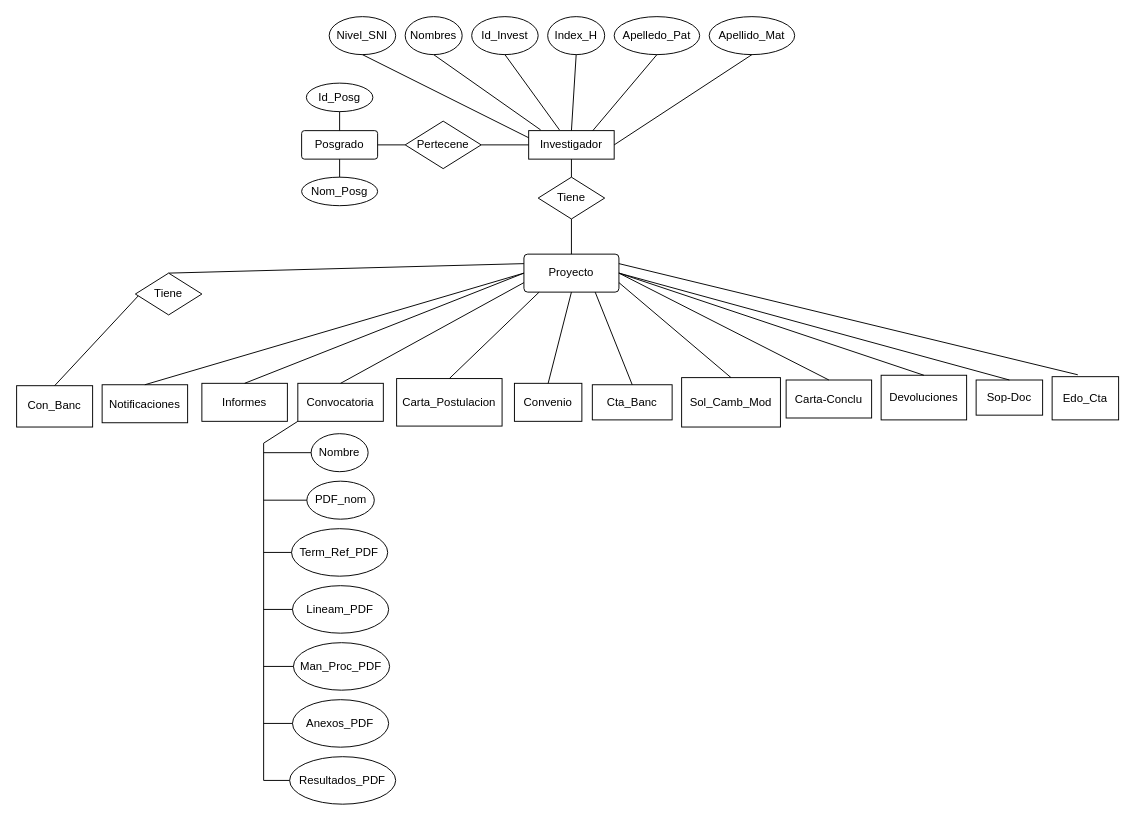
Before: Diagrama sin título.drawio in markbr04/Pro-SIM-TIRO, a draw.io diagram. Source tidied: cells renumbered, new cells numbered last; positions are measured from the earlier drawing's top-left corner, leaving out a move shared by most shapes. Both pictures are drawn from the tidied source at 95%, with x=0, y=0 at pixel (16, 16).
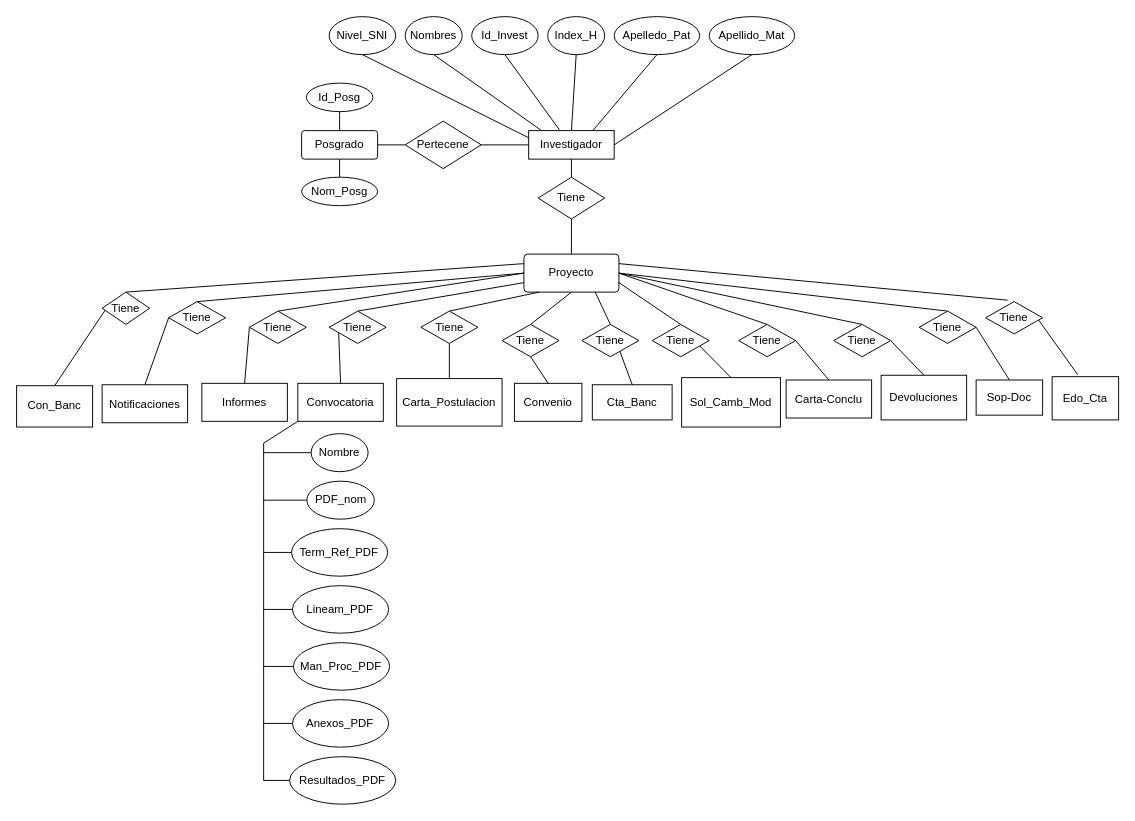
The same diagram, later.

The change refers to these unchanged cells:
```xml
<mxCell id="21" value="Proyecto" style="rounded=1;arcSize=10;whiteSpace=wrap;html=1;align=center;" parent="1" vertex="1">
  <mxGeometry x="534" y="250" width="100" height="40" as="geometry" />
</mxCell>
<mxCell id="25" value="Convocatoria" style="rounded;whiteSpace=wrap;html=1;align=center;" parent="1" vertex="1">
  <mxGeometry x="296" y="386" width="90" height="40" as="geometry" />
</mxCell>
<mxCell id="28" value="Carta_Postulacion" style="rounded;whiteSpace=wrap;html=1;align=center;" parent="1" vertex="1">
  <mxGeometry x="400" y="381" width="111" height="50" as="geometry" />
</mxCell>
<mxCell id="29" value="Sol_Camb_Mod" style="rounded;whiteSpace=wrap;html=1;align=center;" parent="1" vertex="1">
  <mxGeometry x="700" y="380" width="104" height="52" as="geometry" />
</mxCell>
<mxCell id="30" value="Carta-Conclu" style="rounded;whiteSpace=wrap;html=1;align=center;" parent="1" vertex="1">
  <mxGeometry x="810" y="382.5" width="90" height="40" as="geometry" />
</mxCell>
<mxCell id="31" value="Informes" style="rounded;whiteSpace=wrap;html=1;align=center;" parent="1" vertex="1">
  <mxGeometry x="195" y="386" width="90" height="40" as="geometry" />
</mxCell>
<mxCell id="32" value="Cta_Banc" style="rounded;whiteSpace=wrap;html=1;align=center;" parent="1" vertex="1">
  <mxGeometry x="606" y="387.5" width="84" height="37" as="geometry" />
</mxCell>
<mxCell id="33" value="Convenio" style="rounded;whiteSpace=wrap;html=1;align=center;" parent="1" vertex="1">
  <mxGeometry x="524" y="386" width="71" height="40" as="geometry" />
</mxCell>
<mxCell id="42" value="Notificaciones" style="rounded;whiteSpace=wrap;html=1;align=center;" parent="1" vertex="1">
  <mxGeometry x="90" y="387.5" width="90" height="40" as="geometry" />
</mxCell>
<mxCell id="43" value="Edo_Cta" style="rounded;whiteSpace=wrap;html=1;align=center;" parent="1" vertex="1">
  <mxGeometry x="1090" y="379" width="70" height="45.5" as="geometry" />
</mxCell>
<mxCell id="44" value="Sop-Doc" style="rounded;whiteSpace=wrap;html=1;align=center;" parent="1" vertex="1">
  <mxGeometry x="1010" y="382.5" width="70" height="37" as="geometry" />
</mxCell>
<mxCell id="45" value="Devoluciones" style="rounded;whiteSpace=wrap;html=1;align=center;" parent="1" vertex="1">
  <mxGeometry x="910" y="377.5" width="90" height="47" as="geometry" />
</mxCell>
```

Change to the diagram source:
```diff
@@
-    <mxCell id="34" style="endArrow=none;html=1;rounded=0;exitX=0.5;exitY=0;exitDx=0;exitDy=0;entryX=0;entryY=0.5;entryDx=0;entryDy=0;" parent="1" edge="1" source="31" target="21">
+    <mxCell id="34" style="endArrow=none;html=1;rounded=0;exitX=0.5;exitY=0;exitDx=0;exitDy=0;entryX=0;entryY=0.5;entryDx=0;entryDy=0;startArrow=none;" parent="1" edge="1" source="71" target="21">
       <mxGeometry relative="1" as="geometry" />
     </mxCell>
-    <mxCell id="35" style="endArrow=none;html=1;rounded=0;exitX=0.5;exitY=0;exitDx=0;exitDy=0;entryX=0;entryY=0.75;entryDx=0;entryDy=0;" parent="1" edge="1" source="25" target="21">
+    <mxCell id="35" style="endArrow=none;html=1;rounded=0;exitX=0.5;exitY=0;exitDx=0;exitDy=0;entryX=0;entryY=0.75;entryDx=0;entryDy=0;startArrow=none;" parent="1" edge="1" source="73" target="21">
       <mxGeometry relative="1" as="geometry" />
     </mxCell>
-    <mxCell id="36" style="endArrow=none;html=1;rounded=0;exitX=0.5;exitY=0;exitDx=0;exitDy=0;" parent="1" edge="1" source="28">
+    <mxCell id="36" style="endArrow=none;html=1;rounded=0;exitX=0.5;exitY=0;exitDx=0;exitDy=0;startArrow=none;" parent="1" edge="1" source="75">
       <mxGeometry relative="1" as="geometry">
         <mxPoint x="550" y="290" as="targetPoint" />
       </mxGeometry>
     </mxCell>
-    <mxCell id="37" style="endArrow=none;html=1;rounded=0;exitX=0.5;exitY=0;exitDx=0;exitDy=0;entryX=0.5;entryY=1;entryDx=0;entryDy=0;" parent="1" edge="1" source="33" target="21">
+    <mxCell id="37" style="endArrow=none;html=1;rounded=0;exitX=0.5;exitY=0;exitDx=0;exitDy=0;entryX=0.5;entryY=1;entryDx=0;entryDy=0;startArrow=none;" parent="1" edge="1" source="77" target="21">
       <mxGeometry relative="1" as="geometry" />
     </mxCell>
-    <mxCell id="38" style="endArrow=none;html=1;rounded=0;exitX=0.5;exitY=0;exitDx=0;exitDy=0;entryX=0.75;entryY=1;entryDx=0;entryDy=0;" parent="1" edge="1" source="32" target="21">
+    <mxCell id="38" style="endArrow=none;html=1;rounded=0;exitX=0.5;exitY=0;exitDx=0;exitDy=0;entryX=0.75;entryY=1;entryDx=0;entryDy=0;startArrow=none;" parent="1" edge="1" source="81" target="21">
       <mxGeometry relative="1" as="geometry" />
     </mxCell>
-    <mxCell id="39" style="endArrow=none;html=1;rounded=0;exitX=0.5;exitY=0;exitDx=0;exitDy=0;entryX=1;entryY=0.75;entryDx=0;entryDy=0;" parent="1" edge="1" source="29" target="21">
+    <mxCell id="39" style="endArrow=none;html=1;rounded=0;exitX=0.5;exitY=0;exitDx=0;exitDy=0;entryX=1;entryY=0.75;entryDx=0;entryDy=0;startArrow=none;" parent="1" edge="1" source="79" target="21">
       <mxGeometry relative="1" as="geometry" />
     </mxCell>
-    <mxCell id="40" style="endArrow=none;html=1;rounded=0;exitX=0.5;exitY=0;exitDx=0;exitDy=0;entryX=1;entryY=0.5;entryDx=0;entryDy=0;" parent="1" edge="1" source="30" target="21">
+    <mxCell id="40" style="endArrow=none;html=1;rounded=0;exitX=0.5;exitY=0;exitDx=0;exitDy=0;entryX=1;entryY=0.5;entryDx=0;entryDy=0;startArrow=none;" parent="1" edge="1" source="83" target="21">
       <mxGeometry relative="1" as="geometry" />
     </mxCell>
@@
-    <mxCell id="46" style="endArrow=none;html=1;rounded=0;exitX=0.5;exitY=0;exitDx=0;exitDy=0;entryX=1;entryY=0.5;entryDx=0;entryDy=0;" parent="1" edge="1" source="45" target="21">
+    <mxCell id="46" style="endArrow=none;html=1;rounded=0;exitX=0.5;exitY=0;exitDx=0;exitDy=0;entryX=1;entryY=0.5;entryDx=0;entryDy=0;startArrow=none;" parent="1" edge="1" source="89" target="21">
       <mxGeometry relative="1" as="geometry" />
     </mxCell>
-    <mxCell id="47" style="endArrow=none;html=1;rounded=0;exitX=1;exitY=0.5;exitDx=0;exitDy=0;entryX=0.5;entryY=0;entryDx=0;entryDy=0;" parent="1" edge="1" source="21" target="44">
+    <mxCell id="47" style="endArrow=none;html=1;rounded=0;exitX=1;exitY=0.5;exitDx=0;exitDy=0;entryX=0.5;entryY=0;entryDx=0;entryDy=0;startArrow=none;" parent="1" edge="1" source="87" target="44">
       <mxGeometry relative="1" as="geometry" />
     </mxCell>
-    <mxCell id="48" style="endArrow=none;html=1;rounded=0;exitX=0.5;exitY=0;exitDx=0;exitDy=0;entryX=0;entryY=0.5;entryDx=0;entryDy=0;" parent="1" edge="1" source="42" target="21">
+    <mxCell id="48" style="endArrow=none;html=1;rounded=0;exitX=0.5;exitY=0;exitDx=0;exitDy=0;entryX=0;entryY=0.5;entryDx=0;entryDy=0;startArrow=none;" parent="1" edge="1" source="69" target="21">
       <mxGeometry relative="1" as="geometry" />
     </mxCell>
@@
-    <mxCell id="50" style="endArrow=none;html=1;rounded=0;exitX=1;exitY=0.25;exitDx=0;exitDy=0;entryX=0.386;entryY=-0.044;entryDx=0;entryDy=0;entryPerimeter=0;" parent="1" edge="1" source="21" target="43">
+    <mxCell id="50" style="endArrow=none;html=1;rounded=0;exitX=1;exitY=0.25;exitDx=0;exitDy=0;entryX=0.386;entryY=-0.044;entryDx=0;entryDy=0;entryPerimeter=0;startArrow=none;" parent="1" edge="1" source="85" target="43">
       <mxGeometry relative="1" as="geometry" />
     </mxCell>
@@
     <mxCell id="67" value="Tiene" style="shape=rhombus;perimeter=rhombusPerimeter;whiteSpace=wrap;html=1;align=center;" parent="1" vertex="1">
-      <mxGeometry x="125" y="270" width="70" height="44" as="geometry" />
+      <mxGeometry x="90" y="290" width="50" height="34" as="geometry" />
     </mxCell>
+    <mxCell id="68" style="endArrow=none;html=1;rounded=0;exitX=0.5;exitY=0;exitDx=0;exitDy=0;entryX=0;entryY=0.5;entryDx=0;entryDy=0;" parent="1" edge="1" source="42" target="69">
+      <mxGeometry relative="1" as="geometry" />
+    </mxCell>
+    <mxCell id="69" value="Tiene" style="shape=rhombus;perimeter=rhombusPerimeter;whiteSpace=wrap;html=1;align=center;" parent="1" vertex="1">
+      <mxGeometry x="160" y="300" width="60" height="34" as="geometry" />
+    </mxCell>
+    <mxCell id="70" style="endArrow=none;html=1;rounded=0;exitX=0.5;exitY=0;exitDx=0;exitDy=0;entryX=0;entryY=0.5;entryDx=0;entryDy=0;" parent="1" edge="1" source="31" target="71">
+      <mxGeometry relative="1" as="geometry" />
+    </mxCell>
+    <mxCell id="71" value="Tiene" style="shape=rhombus;perimeter=rhombusPerimeter;whiteSpace=wrap;html=1;align=center;" parent="1" vertex="1">
+      <mxGeometry x="245" y="310" width="60" height="34" as="geometry" />
+    </mxCell>
+    <mxCell id="72" style="endArrow=none;html=1;rounded=0;exitX=0.5;exitY=0;exitDx=0;exitDy=0;entryX=0;entryY=0.75;entryDx=0;entryDy=0;" parent="1" edge="1" source="25" target="73">
+      <mxGeometry relative="1" as="geometry" />
+    </mxCell>
+    <mxCell id="73" value="Tiene" style="shape=rhombus;perimeter=rhombusPerimeter;whiteSpace=wrap;html=1;align=center;" parent="1" vertex="1">
+      <mxGeometry x="329" y="310" width="60" height="34" as="geometry" />
+    </mxCell>
+    <mxCell id="74" style="endArrow=none;html=1;rounded=0;exitX=0.5;exitY=0;exitDx=0;exitDy=0;" parent="1" edge="1" source="28" target="75">
+      <mxGeometry relative="1" as="geometry" />
+    </mxCell>
+    <mxCell id="75" value="Tiene" style="shape=rhombus;perimeter=rhombusPerimeter;whiteSpace=wrap;html=1;align=center;" parent="1" vertex="1">
+      <mxGeometry x="425.5" y="310" width="60" height="34" as="geometry" />
+    </mxCell>
+    <mxCell id="76" style="endArrow=none;html=1;rounded=0;exitX=0.5;exitY=0;exitDx=0;exitDy=0;entryX=0.5;entryY=1;entryDx=0;entryDy=0;" parent="1" edge="1" source="33" target="77">
+      <mxGeometry relative="1" as="geometry" />
+    </mxCell>
+    <mxCell id="77" value="Tiene" style="shape=rhombus;perimeter=rhombusPerimeter;whiteSpace=wrap;html=1;align=center;" parent="1" vertex="1">
+      <mxGeometry x="511" y="324" width="60" height="34" as="geometry" />
+    </mxCell>
+    <mxCell id="78" style="endArrow=none;html=1;rounded=0;exitX=0.5;exitY=0;exitDx=0;exitDy=0;entryX=1;entryY=0.75;entryDx=0;entryDy=0;" parent="1" edge="1" source="29" target="79">
+      <mxGeometry relative="1" as="geometry" />
+    </mxCell>
+    <mxCell id="79" value="Tiene" style="shape=rhombus;perimeter=rhombusPerimeter;whiteSpace=wrap;html=1;align=center;" parent="1" vertex="1">
+      <mxGeometry x="669" y="324" width="60" height="34" as="geometry" />
+    </mxCell>
+    <mxCell id="80" style="endArrow=none;html=1;rounded=0;exitX=0.5;exitY=0;exitDx=0;exitDy=0;entryX=0.75;entryY=1;entryDx=0;entryDy=0;" parent="1" edge="1" source="32" target="81">
+      <mxGeometry relative="1" as="geometry" />
+    </mxCell>
+    <mxCell id="81" value="Tiene" style="shape=rhombus;perimeter=rhombusPerimeter;whiteSpace=wrap;html=1;align=center;" parent="1" vertex="1">
+      <mxGeometry x="595" y="324" width="60" height="34" as="geometry" />
+    </mxCell>
+    <mxCell id="82" style="endArrow=none;html=1;rounded=0;exitX=0.5;exitY=0;exitDx=0;exitDy=0;entryX=1;entryY=0.5;entryDx=0;entryDy=0;" parent="1" edge="1" source="30" target="83">
+      <mxGeometry relative="1" as="geometry" />
+    </mxCell>
+    <mxCell id="83" value="Tiene" style="shape=rhombus;perimeter=rhombusPerimeter;whiteSpace=wrap;html=1;align=center;" parent="1" vertex="1">
+      <mxGeometry x="760" y="324" width="60" height="34" as="geometry" />
+    </mxCell>
+    <mxCell id="84" style="endArrow=none;html=1;rounded=0;exitX=1;exitY=0.25;exitDx=0;exitDy=0;entryX=0.386;entryY=-0.044;entryDx=0;entryDy=0;entryPerimeter=0;" parent="1" edge="1" source="21" target="85">
+      <mxGeometry relative="1" as="geometry" />
+    </mxCell>
+    <mxCell id="85" value="Tiene" style="shape=rhombus;perimeter=rhombusPerimeter;whiteSpace=wrap;html=1;align=center;" parent="1" vertex="1">
+      <mxGeometry x="1020" y="300" width="60" height="34" as="geometry" />
+    </mxCell>
+    <mxCell id="86" style="endArrow=none;html=1;rounded=0;exitX=1;exitY=0.5;exitDx=0;exitDy=0;entryX=0.5;entryY=0;entryDx=0;entryDy=0;" parent="1" edge="1" source="21" target="87">
+      <mxGeometry relative="1" as="geometry" />
+    </mxCell>
+    <mxCell id="87" value="Tiene" style="shape=rhombus;perimeter=rhombusPerimeter;whiteSpace=wrap;html=1;align=center;" parent="1" vertex="1">
+      <mxGeometry x="950" y="310" width="60" height="34" as="geometry" />
+    </mxCell>
+    <mxCell id="88" style="endArrow=none;html=1;rounded=0;exitX=0.5;exitY=0;exitDx=0;exitDy=0;entryX=1;entryY=0.5;entryDx=0;entryDy=0;" parent="1" edge="1" source="45" target="89">
+      <mxGeometry relative="1" as="geometry" />
+    </mxCell>
+    <mxCell id="89" value="Tiene" style="shape=rhombus;perimeter=rhombusPerimeter;whiteSpace=wrap;html=1;align=center;" parent="1" vertex="1">
+      <mxGeometry x="860" y="324" width="60" height="34" as="geometry" />
+    </mxCell>
```
